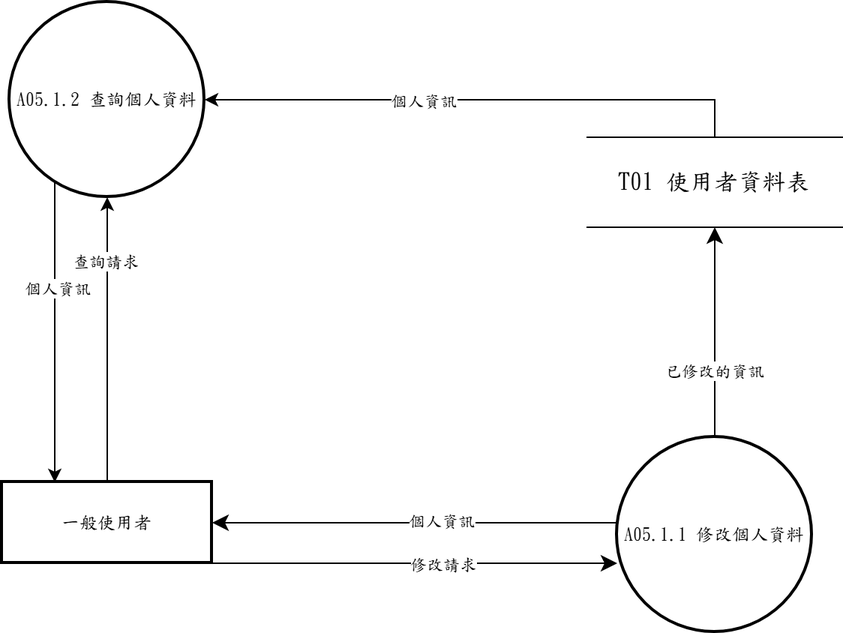
Before: 系統文件/第6章/DFD圖/圖5/新/圖5-1.drawio.png, a diagram exported from draw.io (s22452007/115502). Source tidied: cells renumbered, new cells last; positions are measured from the earlier drawing's top-left corner, leaving out a move shared by most shapes. Its diagram source:
```xml
<mxGraphModel>
  <root>
    <mxCell id="0" />
    <mxCell id="1" parent="0" />
    <mxCell id="2" value="A05.1.1 修改個人資料" style="ellipse;strokeWidth=2;whiteSpace=wrap;fontFamily=標楷體;" parent="1" vertex="1">
      <mxGeometry x="410" y="290" width="130" height="130" as="geometry" />
    </mxCell>
    <mxCell id="3" style="edgeStyle=orthogonalEdgeStyle;rounded=0;jettySize=auto;html=1;entryX=0.25;entryY=0;entryDx=0;entryDy=0;" parent="1" edge="1" source="7" target="14">
      <mxGeometry relative="1" as="geometry">
        <Array as="points">
          <mxPoint x="35" y="190" />
          <mxPoint x="35" y="190" />
        </Array>
      </mxGeometry>
    </mxCell>
    <mxCell id="4" value="個人資訊" style="edgeLabel;html=1;align=center;verticalAlign=middle;fontFamily=標楷體;" parent="3" vertex="1">
      <mxGeometry x="-0.29" y="1" relative="1" as="geometry" />
    </mxCell>
    <mxCell id="5" style="edgeStyle=orthogonalEdgeStyle;rounded=0;jettySize=auto;html=1;entryX=1;entryY=0.5;entryDx=0;entryDy=0;exitX=0.5;exitY=0;exitDx=0;exitDy=0;" parent="1" edge="1" source="17" target="7">
      <mxGeometry relative="1" as="geometry" />
    </mxCell>
    <mxCell id="6" value="個人資訊" style="edgeLabel;html=1;align=center;verticalAlign=middle;fontFamily=標楷體;" parent="5" vertex="1">
      <mxGeometry x="0.3" y="5" relative="1" as="geometry">
        <mxPoint x="17" y="-5" as="offset" />
      </mxGeometry>
    </mxCell>
    <mxCell id="7" value="A05.1.2 查詢個人資料" style="ellipse;strokeWidth=2;whiteSpace=wrap;fontFamily=標楷體;" parent="1" vertex="1">
      <mxGeometry x="5" width="130" height="130" as="geometry" />
    </mxCell>
    <mxCell id="8" style="edgeStyle=none;curved=1;rounded=0;jettySize=auto;html=1;entryX=1;entryY=0.5;entryDx=0;entryDy=0;fontSize=12;startSize=8;endSize=8;" parent="1" edge="1" target="14">
      <mxGeometry relative="1" as="geometry">
        <mxPoint x="410" y="347" as="sourcePoint" />
      </mxGeometry>
    </mxCell>
    <mxCell id="9" value="&lt;span style=&quot;font-size: 11px;&quot;&gt;個人資訊&lt;/span&gt;" style="edgeLabel;html=1;align=center;verticalAlign=middle;fontSize=12;fontFamily=標楷體;" parent="8" vertex="1">
      <mxGeometry x="-0.12" y="-2" relative="1" as="geometry" />
    </mxCell>
    <mxCell id="10" style="edgeStyle=none;curved=1;rounded=0;jettySize=auto;html=1;exitX=1;exitY=1;exitDx=0;exitDy=0;fontSize=12;startSize=8;endSize=8;" parent="1" edge="1" source="14">
      <mxGeometry relative="1" as="geometry">
        <mxPoint x="410" y="374" as="targetPoint" />
      </mxGeometry>
    </mxCell>
    <mxCell id="11" value="修改請求" style="edgeLabel;html=1;align=center;verticalAlign=middle;fontFamily=標楷體;" parent="10" vertex="1">
      <mxGeometry x="0.13" y="-1" relative="1" as="geometry">
        <mxPoint y="-1" as="offset" />
      </mxGeometry>
    </mxCell>
    <mxCell id="12" style="edgeStyle=orthogonalEdgeStyle;rounded=0;jettySize=auto;html=1;" parent="1" edge="1" source="14" target="7">
      <mxGeometry relative="1" as="geometry">
        <Array as="points">
          <mxPoint x="70" y="170" />
          <mxPoint x="70" y="170" />
        </Array>
      </mxGeometry>
    </mxCell>
    <mxCell id="13" value="查詢請求" style="edgeLabel;html=1;align=center;verticalAlign=middle;fontFamily=標楷體;" parent="12" vertex="1">
      <mxGeometry x="0.56" y="2" relative="1" as="geometry" />
    </mxCell>
    <mxCell id="14" value="一般使用者" style="whiteSpace=wrap;strokeWidth=2;fontFamily=標楷體;" parent="1" vertex="1">
      <mxGeometry y="320" width="140" height="54" as="geometry" />
    </mxCell>
    <mxCell id="15" style="edgeStyle=none;curved=1;rounded=0;jettySize=auto;html=1;entryX=0.5;entryY=1;entryDx=0;entryDy=0;fontSize=12;startSize=8;endSize=8;exitX=0.5;exitY=0;exitDx=0;exitDy=0;" parent="1" edge="1" source="2" target="17">
      <mxGeometry relative="1" as="geometry" />
    </mxCell>
    <mxCell id="16" value="已修改的資訊" style="edgeLabel;html=1;align=center;verticalAlign=middle;fontFamily=標楷體;" parent="15" vertex="1">
      <mxGeometry x="-0.34" y="1" relative="1" as="geometry">
        <mxPoint y="1" as="offset" />
      </mxGeometry>
    </mxCell>
    <mxCell id="17" value="&lt;span lang=&quot;EN-US&quot; style=&quot;font-size: 12pt;&quot;&gt;T01&amp;nbsp;&lt;/span&gt;&lt;span style=&quot;font-size: 12pt;&quot;&gt;使用者資料表&lt;/span&gt;" style="shape=partialRectangle;whiteSpace=wrap;html=1;left=0;right=0;fontFamily=標楷體;" parent="1" vertex="1">
      <mxGeometry x="390" y="90" width="170" height="60" as="geometry" />
    </mxCell>
  </root>
</mxGraphModel>
```
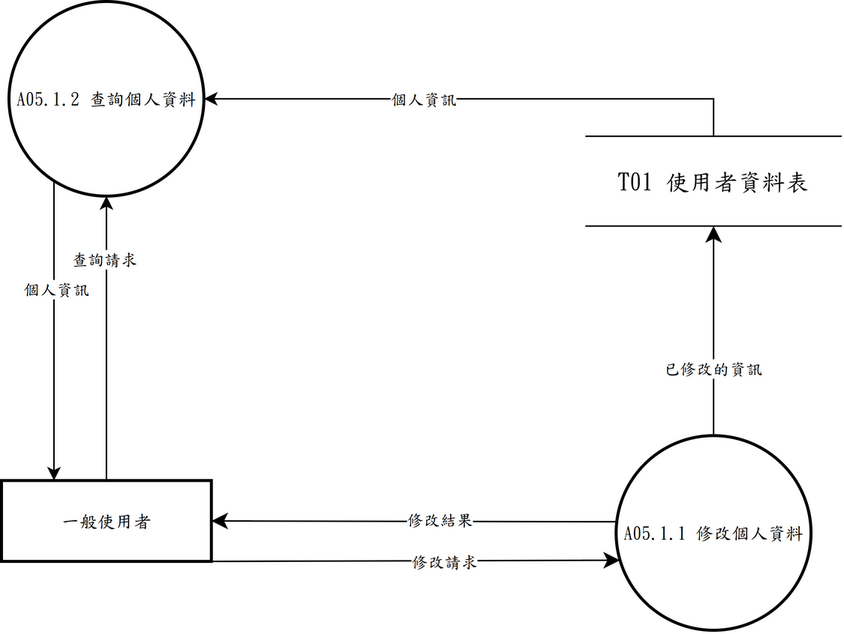
The same file after the commit.

What changed in the source:
```diff
@@ -27,18 +27,14 @@
     <mxCell id="7" value="A05.1.2 查詢個人資料" style="ellipse;strokeWidth=2;whiteSpace=wrap;fontFamily=標楷體;" parent="1" vertex="1">
       <mxGeometry x="5" width="130" height="130" as="geometry" />
     </mxCell>
-    <mxCell id="8" style="edgeStyle=none;curved=1;rounded=0;jettySize=auto;html=1;entryX=1;entryY=0.5;entryDx=0;entryDy=0;fontSize=12;startSize=8;endSize=8;" parent="1" edge="1" target="14">
-      <mxGeometry relative="1" as="geometry">
-        <mxPoint x="410" y="347" as="sourcePoint" />
-      </mxGeometry>
+    <mxCell id="8" style="edgeStyle=none;curved=1;rounded=0;jettySize=auto;html=1;entryX=1;entryY=0.5;entryDx=0;entryDy=0;fontSize=12;startSize=8;endSize=8;exitX=0;exitY=0.4385;exitDx=0;exitDy=0;" parent="1" edge="1" source="2" target="14">
+      <mxGeometry relative="1" as="geometry" />
     </mxCell>
-    <mxCell id="9" value="&lt;span style=&quot;font-size: 11px;&quot;&gt;個人資訊&lt;/span&gt;" style="edgeLabel;html=1;align=center;verticalAlign=middle;fontSize=12;fontFamily=標楷體;" parent="8" vertex="1">
+    <mxCell id="9" value="&lt;span style=&quot;font-size: 11px;&quot;&gt;修改結果&lt;/span&gt;" style="edgeLabel;html=1;align=center;verticalAlign=middle;fontSize=12;fontFamily=標楷體;" parent="8" vertex="1">
       <mxGeometry x="-0.12" y="-2" relative="1" as="geometry" />
     </mxCell>
-    <mxCell id="10" style="edgeStyle=none;curved=1;rounded=0;jettySize=auto;html=1;exitX=1;exitY=1;exitDx=0;exitDy=0;fontSize=12;startSize=8;endSize=8;" parent="1" edge="1" source="14">
-      <mxGeometry relative="1" as="geometry">
-        <mxPoint x="410" y="374" as="targetPoint" />
-      </mxGeometry>
+    <mxCell id="10" style="edgeStyle=none;curved=1;rounded=0;jettySize=auto;html=1;exitX=1;exitY=1;exitDx=0;exitDy=0;fontSize=12;startSize=8;endSize=8;entryX=0;entryY=0.6462;entryDx=0;entryDy=0;" parent="1" edge="1" source="14" target="2">
+      <mxGeometry relative="1" as="geometry" />
     </mxCell>
     <mxCell id="11" value="修改請求" style="edgeLabel;html=1;align=center;verticalAlign=middle;fontFamily=標楷體;" parent="10" vertex="1">
       <mxGeometry x="0.13" y="-1" relative="1" as="geometry">
```
